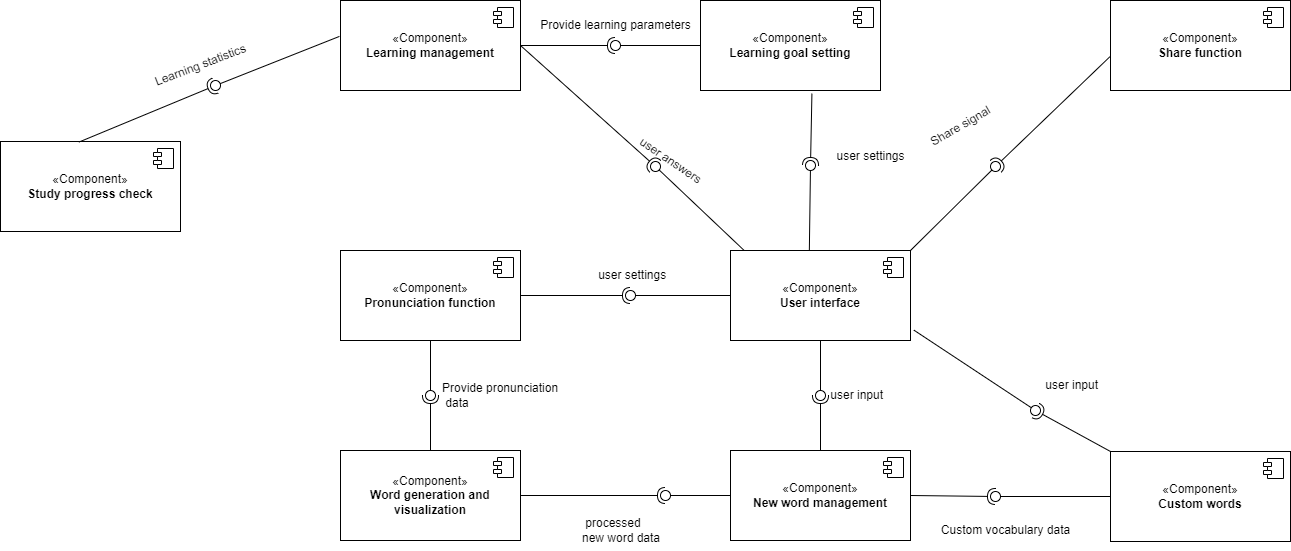
xiangxiang3451/blog_pictures keeps this draw.io diagram as component.drawio.png. Above is the earlier version. Source tidied: cells renumbered, new cells last; positions are measured from the earlier drawing's top-left corner, leaving out a move shared by most shapes.
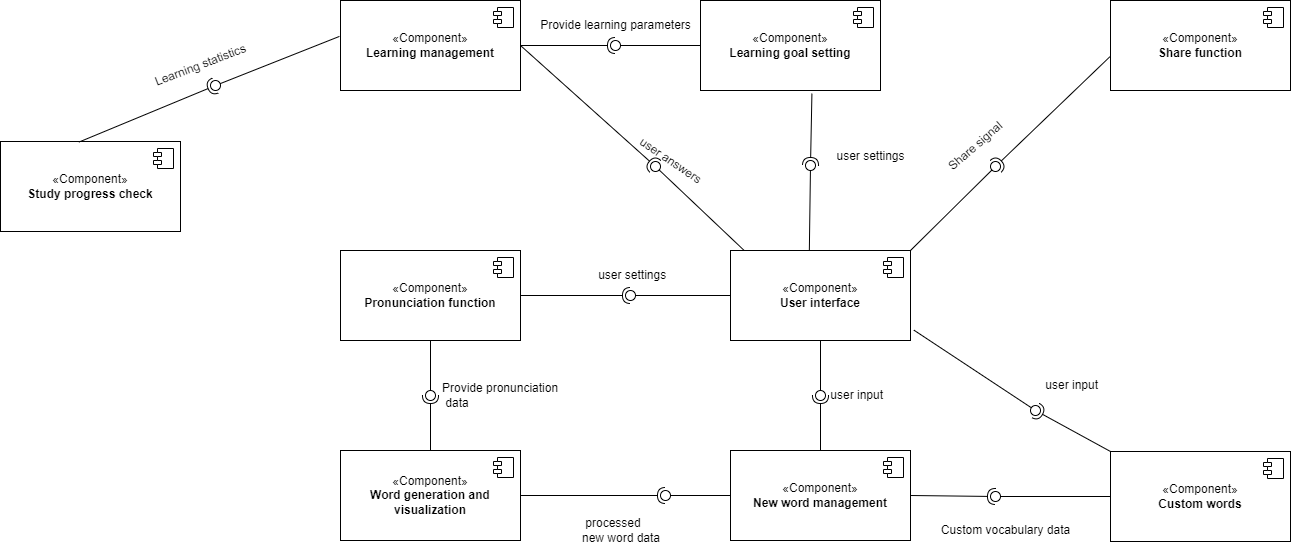
Above is the later version.

Diff of the diagram source:
```diff
@@ -203,8 +203,8 @@
     <mxCell id="62" style="ellipse;whiteSpace=wrap;html=1;align=center;fillColor=none;strokeColor=none;perimeter=centerPerimeter;points=[];outlineConnect=1;" parent="1" vertex="1">
       <mxGeometry x="990" y="161" width="10" height="10" as="geometry" />
     </mxCell>
-    <mxCell id="63" value="Share signal" style="text;html=1;align=center;verticalAlign=middle;strokeColor=none;fillColor=none;rotation=330;" parent="1" vertex="1">
-      <mxGeometry x="915" y="111" width="90" height="30" as="geometry" />
+    <mxCell id="63" value="Share signal" style="text;html=1;align=center;verticalAlign=middle;strokeColor=none;fillColor=none;rotation=319;" parent="1" vertex="1">
+      <mxGeometry x="930" y="131" width="90" height="30" as="geometry" />
     </mxCell>
   </root>
 </mxGraphModel>
```
